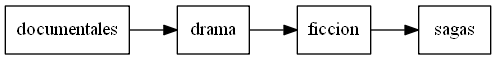
Above: Proyecto2/avlInorden.png in AdriGomez95/EDD_1S2020_PY2_201504236 (Graphviz), before the change. Its source is kept beside it as Proyecto2/avlInorden.dot.
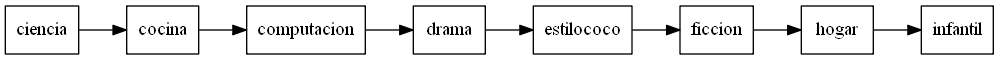
Above is the later version.

Diff of the diagram source:
```diff
@@ -1,9 +1,17 @@
 digraph G {
- rankdir = LR;documentales[shape=record,label="documentales" ];
+ rankdir = LR;ciencia[shape=record,label="ciencia" ];
+cocina[shape=record,label="cocina" ];
+ciencia -> cocina
+computacion[shape=record,label="computacion" ];
+cocina -> computacion
 drama[shape=record,label="drama" ];
-documentales -> drama
+computacion -> drama
+estilococo[shape=record,label="estilococo" ];
+drama -> estilococo
 ficcion[shape=record,label="ficcion" ];
-drama -> ficcion
-sagas[shape=record,label="sagas" ];
-ficcion -> sagas
+estilococo -> ficcion
+hogar[shape=record,label="hogar" ];
+ficcion -> hogar
+infantil[shape=record,label="infantil" ];
+hogar -> infantil
 }
```
